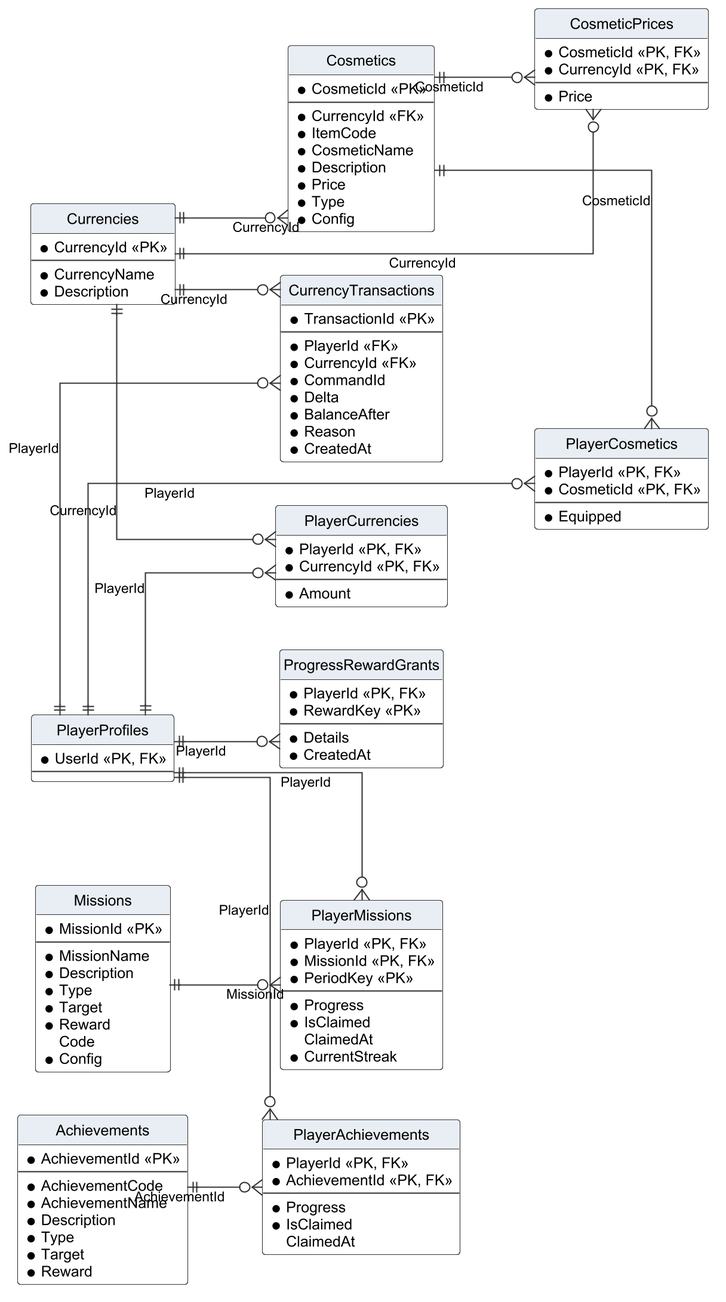
The PlantUML diagram Doc/Project_report/Report/diagrams/png/r4_lerd_economy.png in Tad-Min/PickleVerse, before a commit.
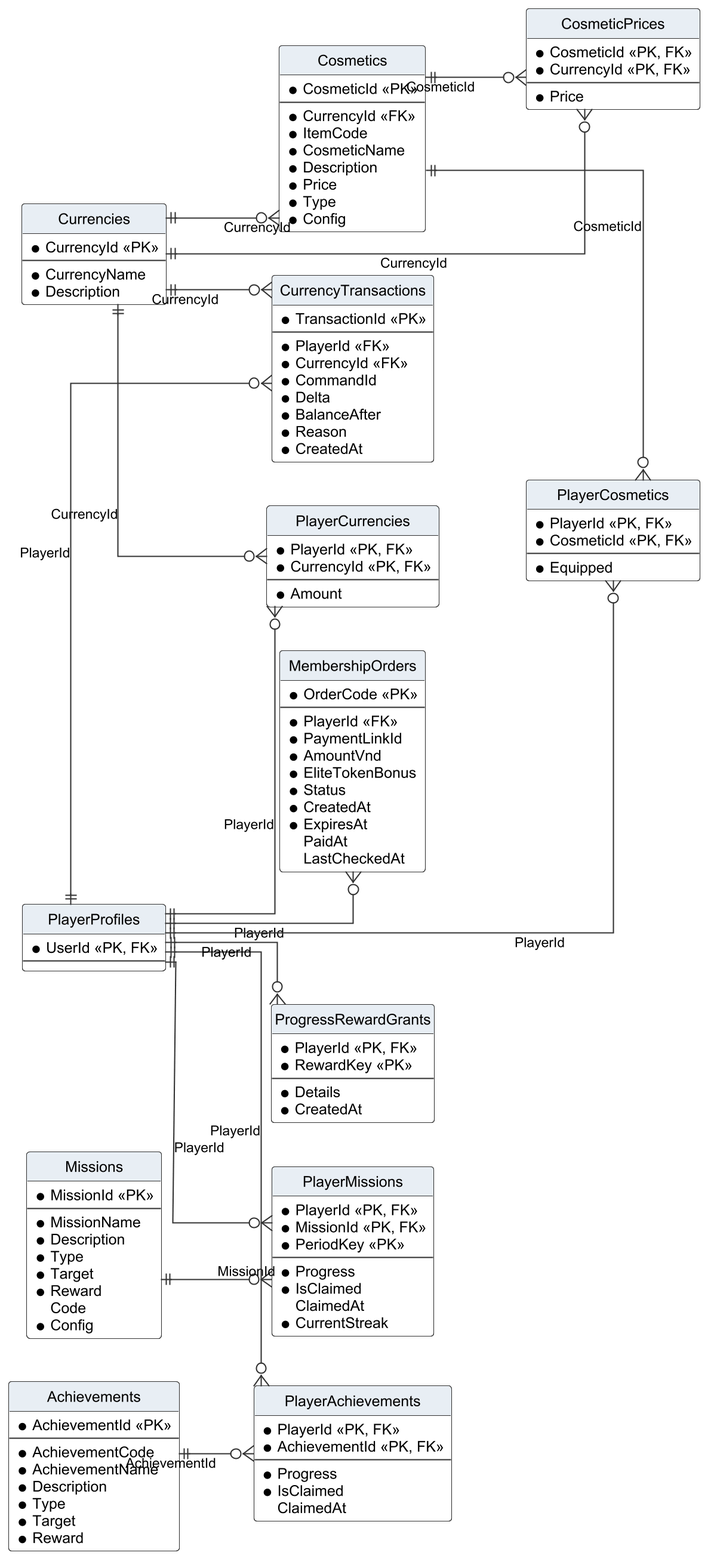
The same file after the commit.

What changed in the source:
```diff
@@ -4,6 +4,19 @@
 hide empty members
 skinparam linetype ortho
 left to right direction
+entity "MembershipOrders" as MembershipOrders {
+  * OrderCode <<PK>>
+  --
+  * PlayerId <<FK>>
+  * PaymentLinkId
+  * AmountVnd
+  * EliteTokenBonus
+  * Status
+  * CreatedAt
+  * ExpiresAt
+  PaidAt
+  LastCheckedAt
+}
 entity "Currencies" as Currencies {
   * CurrencyId <<PK>>
   --
@@ -100,6 +113,7 @@
   * UserId <<PK, FK>>
   --
 }
+PlayerProfiles ||--o{ MembershipOrders : "PlayerId"
 PlayerProfiles ||--o{ PlayerCurrencies : "PlayerId"
 Currencies ||--o{ PlayerCurrencies : "CurrencyId"
 PlayerProfiles ||--o{ CurrencyTransactions : "PlayerId"
```
